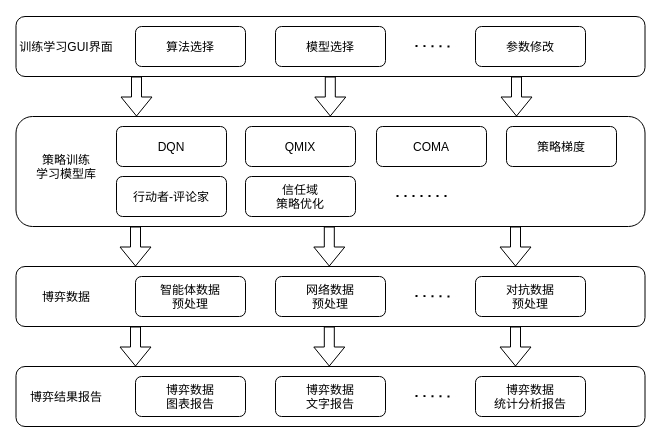
The draw.io diagram 策略训练结构图.drawio in undinuanao/-, before the edit. Source tidied: cells renumbered, new cells numbered last; positions are measured from the earlier drawing's top-left corner, leaving out a move shared by most shapes. Both pictures are drawn from the tidied source at 100%, with x=0, y=0 at pixel (16, 16).
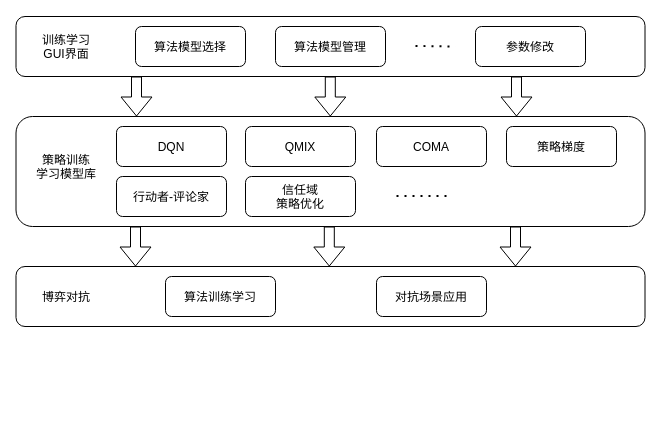
The same diagram, later.

Commit message (it also covers changes not shown here):
更新策略训练结构图.drawio

Diff of the diagram source:
```diff
@@
-    <mxCell id="2" style="rounded=1;" parent="1" vertex="1">
-      <mxGeometry x="-0.5" y="350" width="629" height="60" as="geometry" />
-    </mxCell>
-    <mxCell id="3" value="博弈数据&#10;图表报告" style="rounded=1;" parent="1" vertex="1">
-      <mxGeometry x="119" y="360" width="110" height="40" as="geometry" />
-    </mxCell>
-    <mxCell id="4" value="博弈数据&#10;文字报告" style="rounded=1;" parent="1" vertex="1">
-      <mxGeometry x="259" y="360" width="110" height="40" as="geometry" />
-    </mxCell>
-    <mxCell id="5" value="博弈数据&#10;统计分析报告" style="rounded=1;" parent="1" vertex="1">
-      <mxGeometry x="459" y="360" width="110" height="40" as="geometry" />
-    </mxCell>
-    <mxCell id="6" style="endArrow=none;dashed=1;dashPattern=1 3;strokeWidth=2;" parent="1" edge="1">
-      <mxGeometry relative="1" as="geometry">
-        <mxPoint x="399" y="379.5" as="sourcePoint" />
-        <mxPoint x="439" y="380" as="targetPoint" />
-      </mxGeometry>
-    </mxCell>
-    <mxCell id="7" value="博弈结果报告" style="text;strokeColor=none;fillColor=none;align=center;verticalAlign=middle;rounded=0;" parent="1" vertex="1">
-      <mxGeometry x="10" y="370" width="80" height="20" as="geometry" />
-    </mxCell>
@@
-    <mxCell id="9" value="算法选择" style="rounded=1;" parent="1" vertex="1">
+    <mxCell id="9" value="算法模型选择" style="rounded=1;" parent="1" vertex="1">
       <mxGeometry x="119" y="10" width="110" height="40" as="geometry" />
     </mxCell>
-    <mxCell id="10" value="模型选择" style="rounded=1;" parent="1" vertex="1">
+    <mxCell id="10" value="算法模型管理" style="rounded=1;" parent="1" vertex="1">
       <mxGeometry x="259" y="10" width="110" height="40" as="geometry" />
     </mxCell>
@@
-    <mxCell id="13" value="训练学习GUI界面" style="text;strokeColor=none;fillColor=none;align=center;verticalAlign=middle;rounded=0;" parent="1" vertex="1">
+    <mxCell id="13" value="训练学习&#10;GUI界面" style="text;strokeColor=none;fillColor=none;align=center;verticalAlign=middle;rounded=0;" parent="1" vertex="1">
       <mxGeometry x="10" y="20" width="80" height="20" as="geometry" />
     </mxCell>
@@
-    <mxCell id="24" value="智能体数据&#10;预处理" style="rounded=1;" parent="1" vertex="1">
-      <mxGeometry x="119" y="260" width="110" height="40" as="geometry" />
+    <mxCell id="24" value="算法训练学习" style="rounded=1;" parent="1" vertex="1">
+      <mxGeometry x="149" y="260" width="110" height="40" as="geometry" />
     </mxCell>
-    <mxCell id="25" value="网络数据&#10;预处理" style="rounded=1;" parent="1" vertex="1">
-      <mxGeometry x="259" y="260" width="110" height="40" as="geometry" />
+    <mxCell id="25" value="对抗场景应用" style="rounded=1;" parent="1" vertex="1">
+      <mxGeometry x="360" y="260" width="110" height="40" as="geometry" />
     </mxCell>
-    <mxCell id="26" value="对抗数据&#10;预处理" style="rounded=1;" parent="1" vertex="1">
-      <mxGeometry x="459" y="260" width="110" height="40" as="geometry" />
-    </mxCell>
-    <mxCell id="27" style="endArrow=none;dashed=1;dashPattern=1 3;strokeWidth=2;" parent="1" edge="1">
-      <mxGeometry relative="1" as="geometry">
-        <mxPoint x="399" y="279.5" as="sourcePoint" />
-        <mxPoint x="439" y="280" as="targetPoint" />
-      </mxGeometry>
-    </mxCell>
-    <mxCell id="28" value="博弈数据" style="text;strokeColor=none;fillColor=none;align=center;verticalAlign=middle;rounded=0;" parent="1" vertex="1">
+    <mxCell id="28" value="博弈对抗" style="text;strokeColor=none;fillColor=none;align=center;verticalAlign=middle;rounded=0;" parent="1" vertex="1">
       <mxGeometry x="10" y="270" width="80" height="20" as="geometry" />
     </mxCell>
@@
-    <mxCell id="35" style="shape=flexArrow;endArrow=classic;" parent="1" edge="1">
-      <mxGeometry relative="1" as="geometry">
-        <mxPoint x="119" y="310" as="sourcePoint" />
-        <mxPoint x="119" y="350" as="targetPoint" />
-      </mxGeometry>
-    </mxCell>
-    <mxCell id="36" style="shape=flexArrow;endArrow=classic;" parent="1" edge="1">
-      <mxGeometry relative="1" as="geometry">
-        <mxPoint x="312.8" y="310" as="sourcePoint" />
-        <mxPoint x="312.8" y="350" as="targetPoint" />
-      </mxGeometry>
-    </mxCell>
-    <mxCell id="37" style="shape=flexArrow;endArrow=classic;" parent="1" edge="1">
-      <mxGeometry relative="1" as="geometry">
-        <mxPoint x="499" y="310" as="sourcePoint" />
-        <mxPoint x="499" y="350" as="targetPoint" />
-      </mxGeometry>
-    </mxCell>
```
